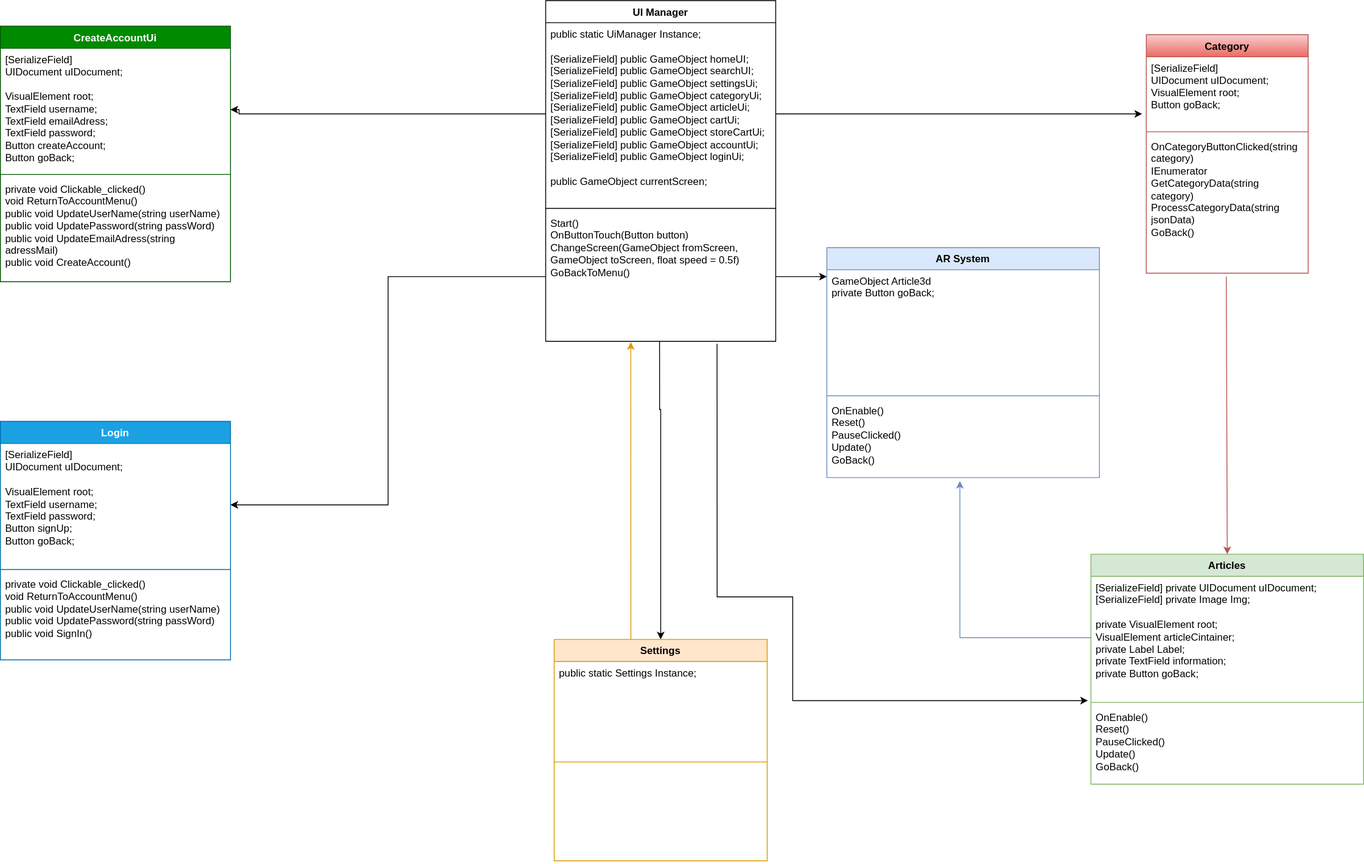
Above: DiagrammeClass.drawio.drawio.svg in Ashura100/Projet4 (draw.io), before the change. Source tidied: cells renumbered, new cells last; positions are measured from the earlier drawing's top-left corner, leaving out a move shared by most shapes.
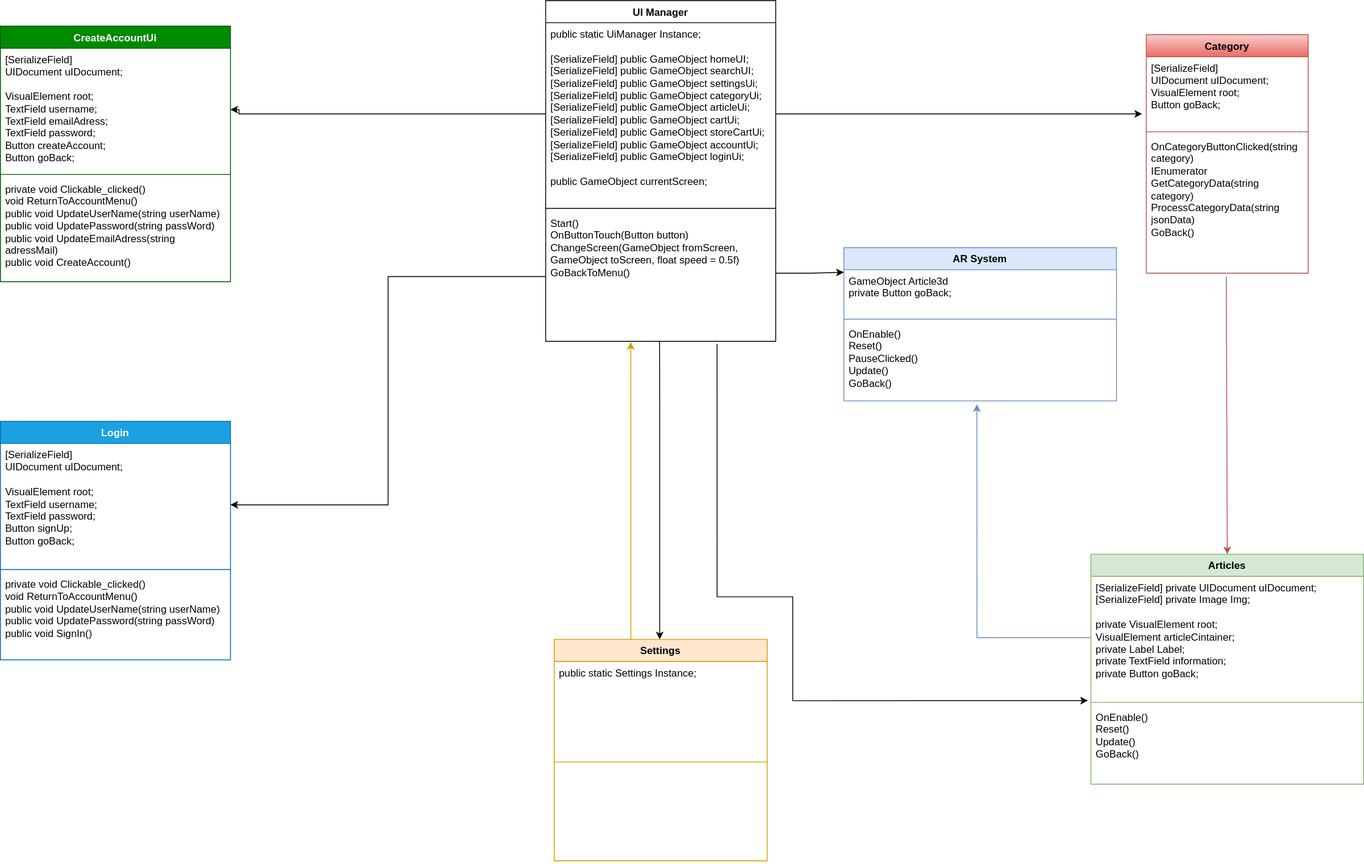
After the commit.

Commit message:
Mettre à jour DiagrammeClass.drawio.drawio.svg

Change to the diagram source:
```diff
@@ -71,20 +71,20 @@
     <mxCell id="24" style="line;strokeWidth=1;fillColor=none;align=left;verticalAlign=middle;spacingTop=-1;spacingLeft=3;spacingRight=3;labelPosition=right;strokeColor=inherit;" parent="22" vertex="1">
       <mxGeometry y="170" width="320" height="8" as="geometry" />
     </mxCell>
-    <mxCell id="25" value="OnEnable()&lt;div&gt;Reset()&lt;br&gt;&lt;/div&gt;&lt;div&gt;PauseClicked()&lt;br&gt;&lt;/div&gt;&lt;div&gt;Update()&lt;/div&gt;&lt;div&gt;GoBack()&lt;/div&gt;" style="text;strokeColor=none;fillColor=none;align=left;verticalAlign=top;spacingLeft=4;spacingRight=4;overflow=hidden;whiteSpace=wrap;html=1;" parent="22" vertex="1">
+    <mxCell id="25" value="OnEnable()&lt;div&gt;Reset()&lt;/div&gt;&lt;div&gt;Update()&lt;/div&gt;&lt;div&gt;GoBack()&lt;/div&gt;" style="text;strokeColor=none;fillColor=none;align=left;verticalAlign=top;spacingLeft=4;spacingRight=4;overflow=hidden;whiteSpace=wrap;html=1;" parent="22" vertex="1">
       <mxGeometry y="178" width="320" height="92" as="geometry" />
     </mxCell>
     <mxCell id="26" value="AR System" style="swimlane;fontStyle=1;align=center;verticalAlign=top;horizontal=1;startSize=26;whiteSpace=wrap;html=1;fillColor=#dae8fc;strokeColor=#6c8ebf;" parent="1" vertex="1">
-      <mxGeometry x="970" y="290" width="320" height="270" as="geometry" />
+      <mxGeometry x="990" y="290" width="320" height="180" as="geometry" />
     </mxCell>
     <mxCell id="27" value="&lt;div&gt;GameObject Article3d&lt;/div&gt;&lt;div&gt;private Button goBack;&lt;/div&gt;" style="text;strokeColor=none;fillColor=none;align=left;verticalAlign=top;spacingLeft=4;spacingRight=4;overflow=hidden;points=[[0,0.5],[1,0.5]];portConstraint=eastwest;whiteSpace=wrap;html=1;" parent="26" vertex="1">
-      <mxGeometry y="26" width="320" height="144" as="geometry" />
+      <mxGeometry y="26" width="320" height="54" as="geometry" />
     </mxCell>
     <mxCell id="28" style="line;strokeWidth=1;fillColor=none;align=left;verticalAlign=middle;spacingTop=-1;spacingLeft=3;spacingRight=3;labelPosition=right;strokeColor=inherit;" parent="26" vertex="1">
-      <mxGeometry y="170" width="320" height="8" as="geometry" />
+      <mxGeometry y="80" width="320" height="8" as="geometry" />
     </mxCell>
     <mxCell id="29" value="OnEnable()&lt;div&gt;Reset()&lt;br&gt;&lt;/div&gt;&lt;div&gt;PauseClicked()&lt;br&gt;&lt;/div&gt;&lt;div&gt;Update()&lt;/div&gt;&lt;div&gt;GoBack()&lt;/div&gt;" style="text;strokeColor=none;fillColor=none;align=left;verticalAlign=top;spacingLeft=4;spacingRight=4;overflow=hidden;points=[[0,0.5],[1,0.5]];portConstraint=eastwest;whiteSpace=wrap;html=1;" parent="26" vertex="1">
-      <mxGeometry y="178" width="320" height="92" as="geometry" />
+      <mxGeometry y="88" width="320" height="92" as="geometry" />
     </mxCell>
     <mxCell id="30" style="edgeStyle=orthogonalEdgeStyle;rounded=0;jettySize=auto;html=1;entryX=-0.026;entryY=0.798;entryDx=0;entryDy=0;entryPerimeter=0;" parent="1" edge="1" source="3" target="11">
       <mxGeometry relative="1" as="geometry" />
@@ -93,7 +93,12 @@
       <mxGeometry relative="1" as="geometry" />
     </mxCell>
     <mxCell id="32" style="edgeStyle=orthogonalEdgeStyle;rounded=0;jettySize=auto;html=1;entryX=0;entryY=0.056;entryDx=0;entryDy=0;entryPerimeter=0;" parent="1" edge="1" source="5" target="27">
-      <mxGeometry relative="1" as="geometry" />
+      <mxGeometry relative="1" as="geometry">
+        <Array as="points">
+          <mxPoint x="950" y="320" />
+          <mxPoint x="950" y="319" />
+        </Array>
+      </mxGeometry>
     </mxCell>
     <mxCell id="33" style="edgeStyle=orthogonalEdgeStyle;rounded=0;jettySize=auto;html=1;exitX=0.495;exitY=0.999;exitDx=0;exitDy=0;exitPerimeter=0;" parent="1" edge="1" source="5" target="6">
       <mxGeometry relative="1" as="geometry">
@@ -125,7 +130,7 @@
     <mxCell id="37" style="edgeStyle=orthogonalEdgeStyle;rounded=0;jettySize=auto;html=1;entryX=0.488;entryY=1.043;entryDx=0;entryDy=0;entryPerimeter=0;fillColor=#dae8fc;strokeColor=#6c8ebf;" parent="1" edge="1" source="23" target="29">
       <mxGeometry relative="1" as="geometry">
         <Array as="points">
-          <mxPoint x="1126" y="748" />
+          <mxPoint x="1146" y="748" />
         </Array>
       </mxGeometry>
     </mxCell>
```
